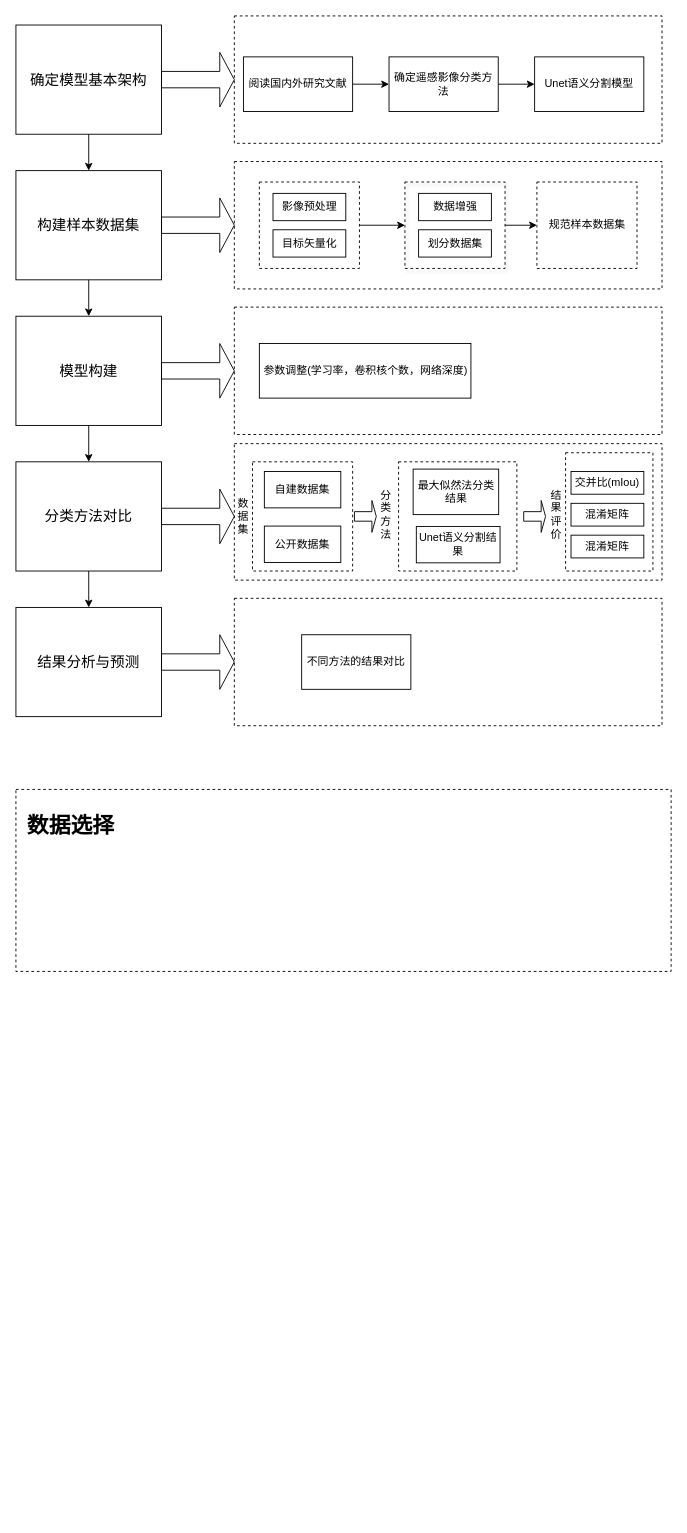
postgraduate1/Unet keeps this draw.io diagram as 流程图.drawio. Above is the earlier version. Source tidied: cells renumbered, new cells numbered last; positions are measured from the earlier drawing's top-left corner, leaving out a move shared by most shapes. Both pictures are drawn from the tidied source at 91%, with x=0, y=0 at pixel (15, 15).
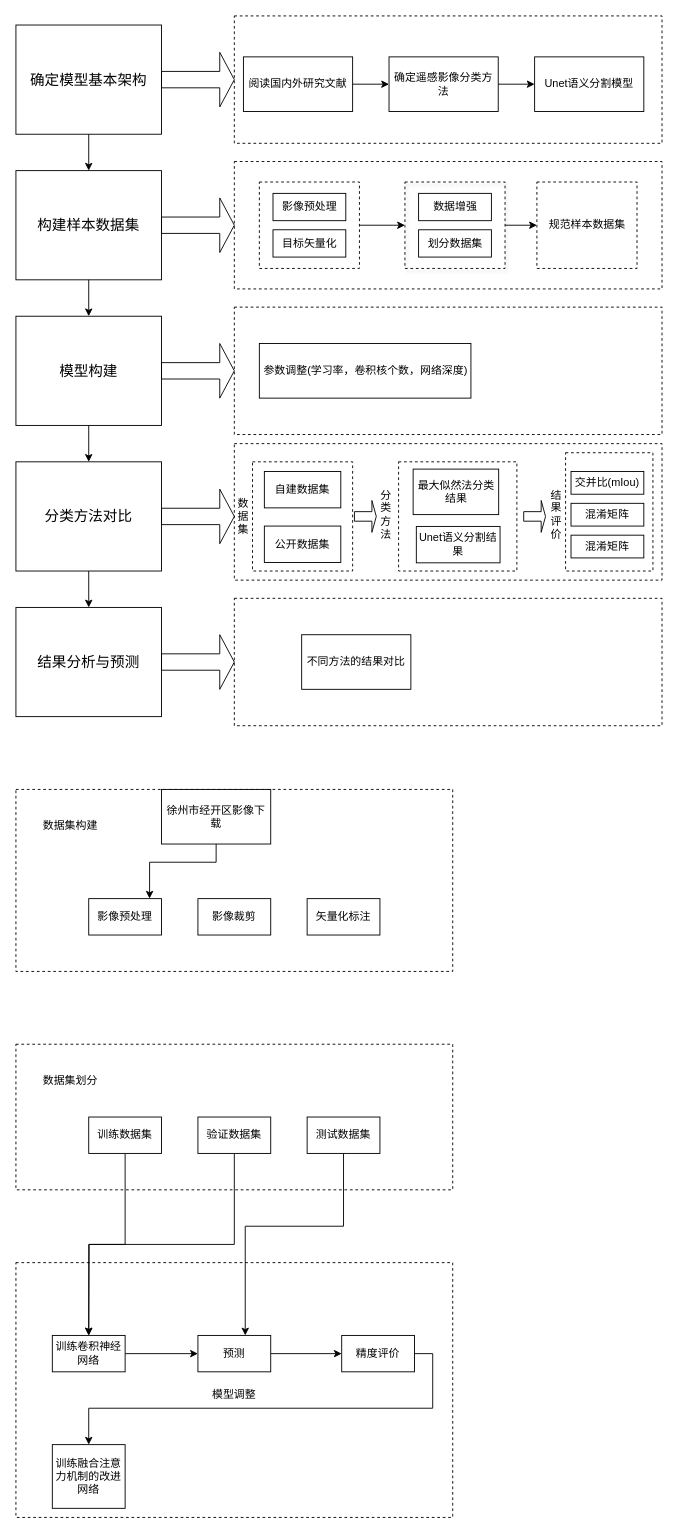
The same page after the edit.

Commit message:
更新流程图.drawio

The edit, as a diff of the source:
```diff
@@
+    <mxCell id="54" style="rounded=0;whiteSpace=wrap;html=1;dashed=1;fillColor=none;" parent="1" vertex="1">
+      <mxGeometry y="1370" width="480" height="280" as="geometry" />
+    </mxCell>
@@
     <mxCell id="52" style="rounded=0;whiteSpace=wrap;html=1;dashed=1;fillColor=none;" parent="1" vertex="1">
-      <mxGeometry y="850" width="720" height="200" as="geometry" />
+      <mxGeometry y="850" width="480" height="200" as="geometry" />
     </mxCell>
-    <mxCell id="53" value="数据选择" style="text;strokeColor=none;fillColor=none;html=1;fontSize=24;fontStyle=1;verticalAlign=middle;align=center;" parent="1" vertex="1">
-      <mxGeometry y="850" width="120" height="80" as="geometry" />
-    </mxCell>
+    <mxCell id="55" value="&lt;font style=&quot;font-size: 12px;&quot;&gt;数据集构建&lt;/font&gt;" style="text;html=1;strokeColor=none;fillColor=none;align=center;verticalAlign=middle;whiteSpace=wrap;rounded=0;" parent="1" vertex="1">
+      <mxGeometry y="850" width="120" height="80" as="geometry" />
+    </mxCell>
+    <mxCell id="56" value="徐州市经开区影像下载" style="rounded=0;whiteSpace=wrap;html=1;" parent="1" vertex="1">
+      <mxGeometry x="160" y="850" width="120" height="60" as="geometry" />
+    </mxCell>
+    <mxCell id="57" style="rounded=0;whiteSpace=wrap;html=1;dashed=1;fillColor=none;" parent="1" vertex="1">
+      <mxGeometry y="1130" width="480" height="160" as="geometry" />
+    </mxCell>
+    <mxCell id="58" value="数据集划分" style="text;html=1;strokeColor=none;fillColor=none;align=center;verticalAlign=middle;whiteSpace=wrap;rounded=0;" parent="1" vertex="1">
+      <mxGeometry y="1130" width="120" height="80" as="geometry" />
+    </mxCell>
+    <mxCell id="59" style="edgeStyle=orthogonalEdgeStyle;rounded=0;jettySize=auto;html=1;exitX=0.5;exitY=1;exitDx=0;exitDy=0;entryX=0.306;entryY=0.6;entryDx=0;entryDy=0;entryPerimeter=0;" parent="1" edge="1" source="56" target="52">
+      <mxGeometry relative="1" as="geometry" />
+    </mxCell>
+    <mxCell id="60" value="影像预处理" style="rounded=0;whiteSpace=wrap;html=1;" parent="1" vertex="1">
+      <mxGeometry x="80" y="970" width="80" height="40" as="geometry" />
+    </mxCell>
+    <mxCell id="61" value="影像裁剪" style="rounded=0;whiteSpace=wrap;html=1;" parent="1" vertex="1">
+      <mxGeometry x="200" y="970" width="80" height="40" as="geometry" />
+    </mxCell>
+    <mxCell id="62" value="矢量化标注" style="rounded=0;whiteSpace=wrap;html=1;" parent="1" vertex="1">
+      <mxGeometry x="320" y="970" width="80" height="40" as="geometry" />
+    </mxCell>
+    <mxCell id="63" style="edgeStyle=orthogonalEdgeStyle;rounded=0;jettySize=auto;html=1;exitX=0.5;exitY=1;exitDx=0;exitDy=0;" parent="1" edge="1" source="64" target="72">
+      <mxGeometry relative="1" as="geometry" />
+    </mxCell>
+    <mxCell id="64" value="训练数据集" style="rounded=0;whiteSpace=wrap;html=1;" parent="1" vertex="1">
+      <mxGeometry x="80" y="1210" width="80" height="40" as="geometry" />
+    </mxCell>
+    <mxCell id="65" style="edgeStyle=orthogonalEdgeStyle;rounded=0;jettySize=auto;html=1;exitX=0.5;exitY=1;exitDx=0;exitDy=0;" parent="1" edge="1" source="66">
+      <mxGeometry relative="1" as="geometry">
+        <mxPoint x="80" y="1450" as="targetPoint" />
+      </mxGeometry>
+    </mxCell>
+    <mxCell id="66" value="验证数据集" style="rounded=0;whiteSpace=wrap;html=1;" parent="1" vertex="1">
+      <mxGeometry x="200" y="1210" width="80" height="40" as="geometry" />
+    </mxCell>
+    <mxCell id="67" style="edgeStyle=orthogonalEdgeStyle;rounded=0;jettySize=auto;html=1;" parent="1" edge="1" source="68" target="70">
+      <mxGeometry relative="1" as="geometry">
+        <Array as="points">
+          <mxPoint x="360" y="1330" />
+          <mxPoint x="252" y="1330" />
+        </Array>
+      </mxGeometry>
+    </mxCell>
+    <mxCell id="68" value="测试数据集" style="rounded=0;whiteSpace=wrap;html=1;" parent="1" vertex="1">
+      <mxGeometry x="320" y="1210" width="80" height="40" as="geometry" />
+    </mxCell>
+    <mxCell id="69" style="edgeStyle=orthogonalEdgeStyle;rounded=0;jettySize=auto;html=1;exitX=1;exitY=0.5;exitDx=0;exitDy=0;entryX=0;entryY=0.5;entryDx=0;entryDy=0;" parent="1" edge="1" source="70" target="74">
+      <mxGeometry relative="1" as="geometry" />
+    </mxCell>
+    <mxCell id="70" value="预测" style="rounded=0;whiteSpace=wrap;html=1;" parent="1" vertex="1">
+      <mxGeometry x="200" y="1450" width="80" height="40" as="geometry" />
+    </mxCell>
+    <mxCell id="71" style="edgeStyle=orthogonalEdgeStyle;rounded=0;jettySize=auto;html=1;exitX=1;exitY=0.5;exitDx=0;exitDy=0;" parent="1" edge="1" source="72" target="70">
+      <mxGeometry relative="1" as="geometry" />
+    </mxCell>
+    <mxCell id="72" value="训练卷积神经网络" style="rounded=0;whiteSpace=wrap;html=1;" parent="1" vertex="1">
+      <mxGeometry x="40" y="1450" width="80" height="40" as="geometry" />
+    </mxCell>
+    <mxCell id="73" style="edgeStyle=orthogonalEdgeStyle;rounded=0;jettySize=auto;html=1;exitX=1;exitY=0.5;exitDx=0;exitDy=0;" parent="1" edge="1" source="74">
+      <mxGeometry relative="1" as="geometry">
+        <mxPoint x="80" y="1570" as="targetPoint" />
+        <Array as="points">
+          <mxPoint x="458" y="1470" />
+          <mxPoint x="458" y="1530" />
+          <mxPoint x="80" y="1530" />
+        </Array>
+      </mxGeometry>
+    </mxCell>
+    <mxCell id="74" value="精度评价" style="rounded=0;whiteSpace=wrap;html=1;" parent="1" vertex="1">
+      <mxGeometry x="358" y="1450" width="80" height="40" as="geometry" />
+    </mxCell>
+    <mxCell id="75" value="模型调整" style="text;html=1;strokeColor=none;fillColor=none;align=center;verticalAlign=middle;whiteSpace=wrap;rounded=0;" parent="1" vertex="1">
+      <mxGeometry x="210" y="1500" width="60" height="30" as="geometry" />
+    </mxCell>
+    <mxCell id="76" value="训练融合注意力机制的改进网络" style="rounded=0;whiteSpace=wrap;html=1;" parent="1" vertex="1">
+      <mxGeometry x="40" y="1570" width="80" height="70" as="geometry" />
+    </mxCell>
```
